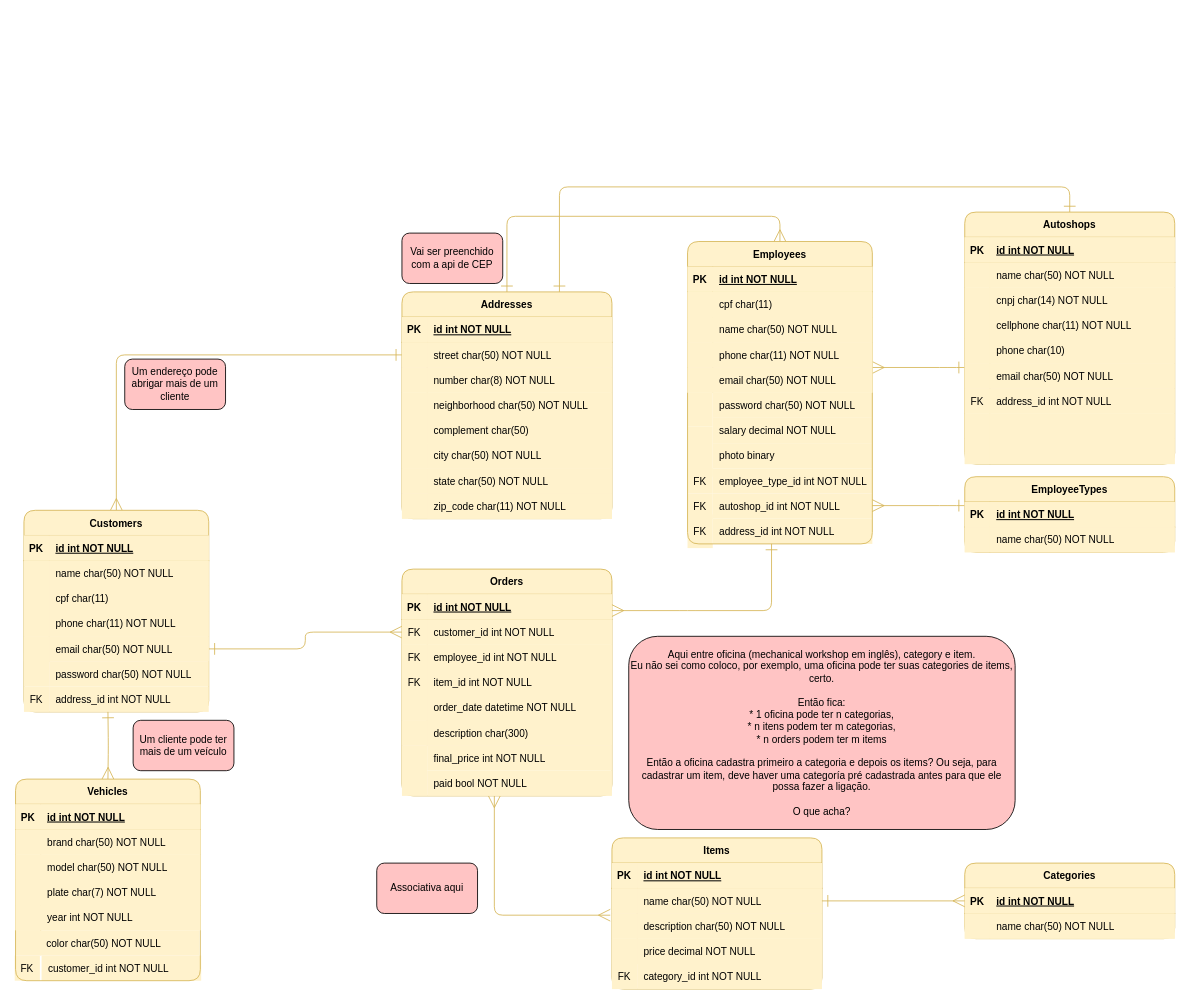
josemateuss/erm-api-mechanical keeps this draw.io diagram as erm.drawio. Above is the earlier version. Source tidied: cells renumbered, new cells numbered last; positions are measured from the earlier drawing's top-left corner, leaving out a move shared by most shapes. Both pictures are drawn from the tidied source at 84%, with x=0, y=0 at pixel (14, 186).
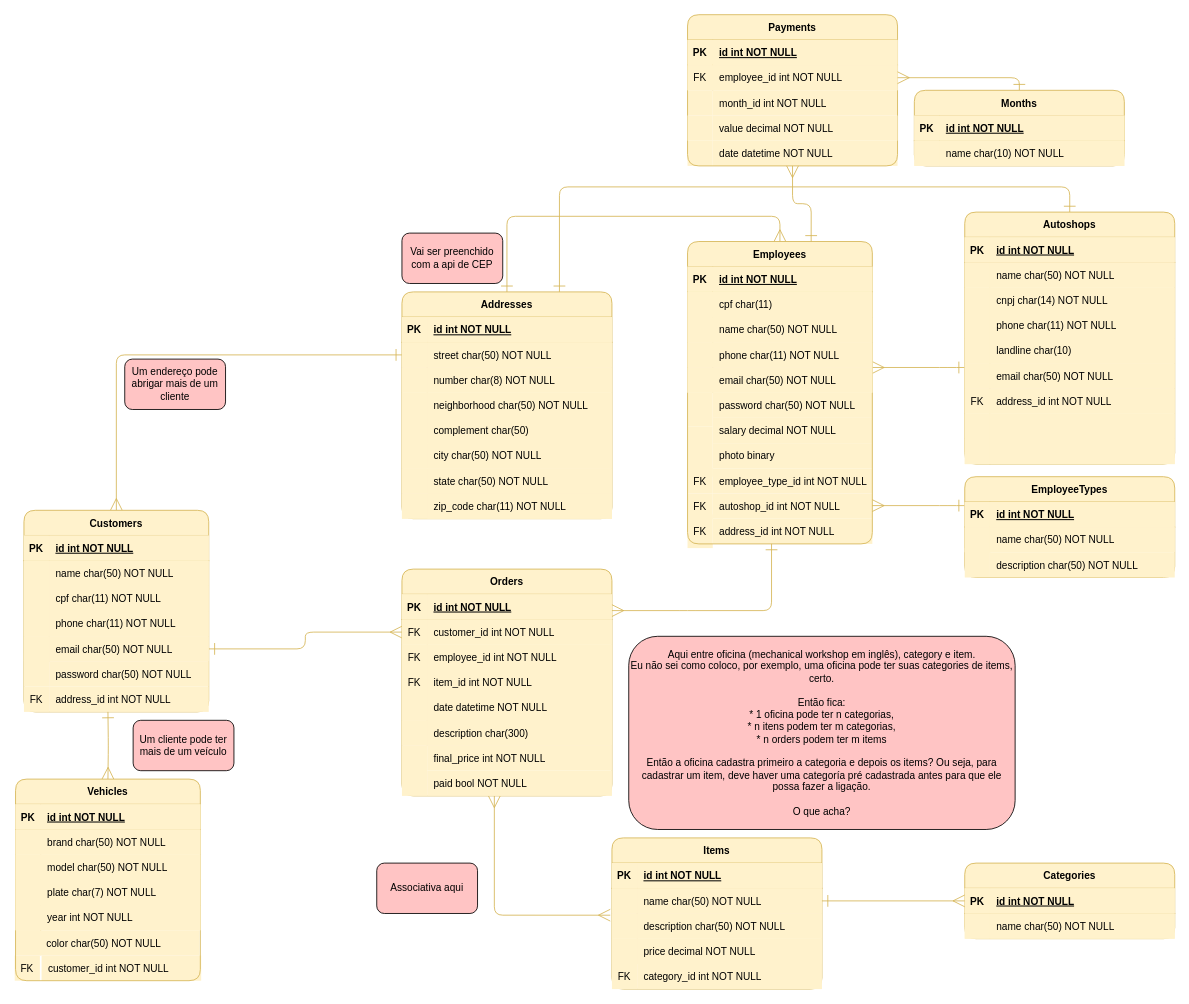
Above is the later version.

The change refers to these unchanged cells:
```xml
<mxCell id="13" style="shape=partialRectangle;fillColor=#fff2cc;top=0;left=0;right=0;bottom=0;labelBorderColor=none;rounded=1;strokeColor=#d6b656;" parent="6" vertex="1">
  <mxGeometry y="90" width="220" height="30" as="geometry" />
</mxCell>
<mxCell id="117" value="Employees" style="shape=table;startSize=30;childLayout=tableLayout;rowLines=0;fontStyle=1;align=center;labelBorderColor=none;rounded=1;fillColor=#fff2cc;strokeColor=#d6b656;" parent="1" vertex="1">
  <mxGeometry x="801" y="65" width="220" height="360" as="geometry" />
</mxCell>
<mxCell id="143" style="shape=partialRectangle;fillColor=#fff2cc;top=0;left=0;right=0;bottom=0;labelBorderColor=none;rounded=1;strokeColor=#d6b656;" parent="133" vertex="1">
  <mxGeometry y="120" width="250" height="30" as="geometry" />
</mxCell>
<mxCell id="146" style="shape=partialRectangle;fillColor=#fff2cc;top=0;left=0;right=0;bottom=0;labelBorderColor=none;rounded=1;strokeColor=#d6b656;" parent="133" vertex="1">
  <mxGeometry y="150" width="250" height="30" as="geometry" />
</mxCell>
```

Change to the diagram source:
```diff
@@
-    <mxCell id="15" value="cpf char(11)" style="shape=partialRectangle;overflow=hidden;fillColor=#fff2cc;top=0;left=0;bottom=0;right=0;align=left;spacingLeft=6;labelBorderColor=none;rounded=1;strokeColor=#d6b656;" parent="13" vertex="1">
+    <mxCell id="15" value="cpf char(11) NOT NULL" style="shape=partialRectangle;overflow=hidden;fillColor=#fff2cc;top=0;left=0;bottom=0;right=0;align=left;spacingLeft=6;labelBorderColor=none;rounded=1;strokeColor=#d6b656;" parent="13" vertex="1">
       <mxGeometry x="30" width="190" height="30" as="geometry" />
     </mxCell>
@@
-    <mxCell id="100" value="order_date datetime NOT NULL" style="shape=partialRectangle;overflow=hidden;fillColor=#fff2cc;top=0;left=0;bottom=0;right=0;align=left;spacingLeft=6;labelBorderColor=none;rounded=1;strokeColor=#d6b656;" parent="1" vertex="1">
+    <mxCell id="100" value="date datetime NOT NULL" style="shape=partialRectangle;overflow=hidden;fillColor=#fff2cc;top=0;left=0;bottom=0;right=0;align=left;spacingLeft=6;labelBorderColor=none;rounded=1;strokeColor=#d6b656;" parent="1" vertex="1">
       <mxGeometry x="491" y="605" width="220" height="30" as="geometry" />
     </mxCell>
@@
-    <mxCell id="145" value="cellphone char(11) NOT NULL" style="shape=partialRectangle;overflow=hidden;fillColor=#fff2cc;top=0;left=0;bottom=0;right=0;align=left;spacingLeft=6;labelBorderColor=none;rounded=1;strokeColor=#d6b656;" parent="143" vertex="1">
+    <mxCell id="145" value="phone char(11) NOT NULL" style="shape=partialRectangle;overflow=hidden;fillColor=#fff2cc;top=0;left=0;bottom=0;right=0;align=left;spacingLeft=6;labelBorderColor=none;rounded=1;strokeColor=#d6b656;" parent="143" vertex="1">
       <mxGeometry x="30" width="220" height="30" as="geometry" />
     </mxCell>
@@
-    <mxCell id="148" value="phone char(10)" style="shape=partialRectangle;overflow=hidden;fillColor=#fff2cc;top=0;left=0;bottom=0;right=0;align=left;spacingLeft=6;labelBorderColor=none;rounded=1;strokeColor=#d6b656;" parent="146" vertex="1">
+    <mxCell id="148" value="landline char(10)" style="shape=partialRectangle;overflow=hidden;fillColor=#fff2cc;top=0;left=0;bottom=0;right=0;align=left;spacingLeft=6;labelBorderColor=none;rounded=1;strokeColor=#d6b656;" parent="146" vertex="1">
       <mxGeometry x="30" width="220" height="30" as="geometry" />
     </mxCell>
@@
     <mxCell id="167" value="EmployeeTypes" style="shape=table;startSize=30;childLayout=tableLayout;rowLines=0;fontStyle=1;align=center;labelBorderColor=none;rounded=1;fillColor=#fff2cc;strokeColor=#d6b656;" parent="1" vertex="1">
-      <mxGeometry x="1131" y="345" width="250" height="90" as="geometry" />
+      <mxGeometry x="1131" y="345" width="250" height="120" as="geometry" />
     </mxCell>
@@
+    <mxCell id="191" value="description char(50) NOT NULL" style="shape=partialRectangle;overflow=hidden;fillColor=#fff2cc;top=0;left=0;bottom=0;right=0;align=left;spacingLeft=6;labelBorderColor=none;rounded=1;strokeColor=#d6b656;" parent="1" vertex="1">
+      <mxGeometry x="1161" y="435" width="220" height="30" as="geometry" />
+    </mxCell>
+    <mxCell id="192" style="shape=partialRectangle;overflow=hidden;fillColor=#fff2cc;top=0;left=0;bottom=0;right=0;labelBorderColor=none;rounded=1;strokeColor=#d6b656;" parent="1" vertex="1">
+      <mxGeometry x="1131" y="430" width="30" height="35" as="geometry" />
+    </mxCell>
+    <mxCell id="193" value="month_id int NOT NULL" style="shape=partialRectangle;overflow=hidden;fillColor=#fff2cc;top=0;left=0;bottom=0;right=0;align=left;spacingLeft=6;labelBorderColor=none;rounded=1;strokeColor=#d6b656;" parent="1" vertex="1">
+      <mxGeometry x="831" y="-115" width="220" height="30" as="geometry" />
+    </mxCell>
+    <mxCell id="194" value="date datetime NOT NULL" style="shape=partialRectangle;overflow=hidden;fillColor=#fff2cc;top=0;left=0;bottom=0;right=0;align=left;spacingLeft=6;labelBorderColor=none;rounded=1;strokeColor=#d6b656;" parent="1" vertex="1">
+      <mxGeometry x="831" y="-55" width="220" height="30" as="geometry" />
+    </mxCell>
+    <mxCell id="195" style="shape=partialRectangle;overflow=hidden;fillColor=#fff2cc;top=0;left=0;bottom=0;right=0;labelBorderColor=none;rounded=1;strokeColor=#d6b656;" parent="1" vertex="1">
+      <mxGeometry x="801" y="-115" width="30" height="30" as="geometry" />
+    </mxCell>
+    <mxCell id="196" style="shape=partialRectangle;overflow=hidden;fillColor=#fff2cc;top=0;left=0;bottom=0;right=0;labelBorderColor=none;rounded=1;strokeColor=#d6b656;" parent="1" vertex="1">
+      <mxGeometry x="801" y="-55" width="30" height="30" as="geometry" />
+    </mxCell>
+    <mxCell id="197" style="edgeStyle=orthogonalEdgeStyle;rounded=1;jettySize=auto;html=1;labelBorderColor=none;endArrow=ERmany;endFill=0;startArrow=ERone;startFill=0;strokeWidth=1;endSize=12;startSize=12;fillColor=#fff2cc;strokeColor=#d6b656;exitX=0.669;exitY=0;exitDx=0;exitDy=0;entryX=0.5;entryY=1;entryDx=0;entryDy=0;exitPerimeter=0;" parent="1" edge="1" source="117" target="198">
+      <mxGeometry relative="1" as="geometry" />
+    </mxCell>
+    <mxCell id="198" value="Payments" style="shape=table;startSize=30;childLayout=tableLayout;rowLines=0;fontStyle=1;align=center;labelBorderColor=none;rounded=1;fillColor=#fff2cc;strokeColor=#d6b656;" parent="1" vertex="1">
+      <mxGeometry x="801" y="-205" width="250" height="180" as="geometry" />
+    </mxCell>
+    <mxCell id="199" style="shape=partialRectangle;fillColor=#fff2cc;top=0;left=0;right=0;bottom=1;labelBorderColor=none;rounded=1;strokeColor=#d6b656;" parent="198" vertex="1">
+      <mxGeometry y="30" width="250" height="30" as="geometry" />
+    </mxCell>
+    <mxCell id="200" value="PK" style="shape=partialRectangle;overflow=hidden;fillColor=#fff2cc;top=0;left=0;bottom=0;right=0;fontStyle=1;labelBorderColor=none;rounded=1;strokeColor=#d6b656;" parent="199" vertex="1">
+      <mxGeometry width="30" height="30" as="geometry" />
+    </mxCell>
+    <mxCell id="201" value="id int NOT NULL " style="shape=partialRectangle;overflow=hidden;fillColor=#fff2cc;top=0;left=0;bottom=0;right=0;align=left;spacingLeft=6;fontStyle=5;labelBorderColor=none;rounded=1;strokeColor=#d6b656;" parent="199" vertex="1">
+      <mxGeometry x="30" width="220" height="30" as="geometry" />
+    </mxCell>
+    <mxCell id="202" style="shape=partialRectangle;fillColor=#fff2cc;points=[[0,0.5],[1,0.5]];portConstraint=eastwest;top=0;left=0;right=0;bottom=0;labelBorderColor=none;rounded=1;strokeColor=#d6b656;" parent="198" vertex="1">
+      <mxGeometry y="60" width="250" height="30" as="geometry" />
+    </mxCell>
+    <mxCell id="203" value="FK" style="shape=partialRectangle;overflow=hidden;fillColor=#fff2cc;top=0;left=0;bottom=0;right=0;labelBorderColor=none;rounded=1;strokeColor=#d6b656;" parent="202" vertex="1">
+      <mxGeometry width="30" height="30" as="geometry" />
+    </mxCell>
+    <mxCell id="204" value="employee_id int NOT NULL" style="shape=partialRectangle;overflow=hidden;fillColor=#fff2cc;top=0;left=0;bottom=0;right=0;align=left;spacingLeft=6;labelBorderColor=none;rounded=1;strokeColor=#d6b656;" parent="202" vertex="1">
+      <mxGeometry x="30" width="220" height="30" as="geometry" />
+    </mxCell>
+    <mxCell id="205" value="value decimal NOT NULL" style="shape=partialRectangle;overflow=hidden;fillColor=#fff2cc;top=0;left=0;bottom=0;right=0;align=left;spacingLeft=6;labelBorderColor=none;rounded=1;strokeColor=#d6b656;" parent="1" vertex="1">
+      <mxGeometry x="831" y="-85" width="220" height="30" as="geometry" />
+    </mxCell>
+    <mxCell id="206" style="shape=partialRectangle;overflow=hidden;fillColor=#fff2cc;top=0;left=0;bottom=0;right=0;labelBorderColor=none;rounded=1;strokeColor=#d6b656;" parent="1" vertex="1">
+      <mxGeometry x="801" y="-85" width="30" height="30" as="geometry" />
+    </mxCell>
+    <mxCell id="207" style="edgeStyle=orthogonalEdgeStyle;rounded=1;jettySize=auto;html=1;labelBorderColor=none;endArrow=ERmany;endFill=0;startArrow=ERone;startFill=0;strokeWidth=1;endSize=12;startSize=12;fillColor=#fff2cc;strokeColor=#d6b656;exitX=0.5;exitY=0;exitDx=0;exitDy=0;entryX=1;entryY=0.5;entryDx=0;entryDy=0;" parent="1" edge="1" source="208" target="202">
+      <mxGeometry relative="1" as="geometry">
+        <Array as="points">
+          <mxPoint x="1196" y="-130" />
+        </Array>
+      </mxGeometry>
+    </mxCell>
+    <mxCell id="208" value="Months" style="shape=table;startSize=30;childLayout=tableLayout;rowLines=0;fontStyle=1;align=center;labelBorderColor=none;rounded=1;fillColor=#fff2cc;strokeColor=#d6b656;" parent="1" vertex="1">
+      <mxGeometry x="1071" y="-115" width="250" height="90" as="geometry" />
+    </mxCell>
+    <mxCell id="209" style="shape=partialRectangle;fillColor=#fff2cc;top=0;left=0;right=0;bottom=1;labelBorderColor=none;rounded=1;strokeColor=#d6b656;" parent="208" vertex="1">
+      <mxGeometry y="30" width="250" height="30" as="geometry" />
+    </mxCell>
+    <mxCell id="210" value="PK" style="shape=partialRectangle;overflow=hidden;fillColor=#fff2cc;top=0;left=0;bottom=0;right=0;fontStyle=1;labelBorderColor=none;rounded=1;strokeColor=#d6b656;" parent="209" vertex="1">
+      <mxGeometry width="30" height="30" as="geometry" />
+    </mxCell>
+    <mxCell id="211" value="id int NOT NULL " style="shape=partialRectangle;overflow=hidden;fillColor=#fff2cc;top=0;left=0;bottom=0;right=0;align=left;spacingLeft=6;fontStyle=5;labelBorderColor=none;rounded=1;strokeColor=#d6b656;" parent="209" vertex="1">
+      <mxGeometry x="30" width="220" height="30" as="geometry" />
+    </mxCell>
+    <mxCell id="212" style="shape=partialRectangle;fillColor=#fff2cc;top=0;left=0;right=0;bottom=0;labelBorderColor=none;rounded=1;strokeColor=#d6b656;" parent="208" vertex="1">
+      <mxGeometry y="60" width="250" height="30" as="geometry" />
+    </mxCell>
+    <mxCell id="213" style="shape=partialRectangle;overflow=hidden;fillColor=#fff2cc;top=0;left=0;bottom=0;right=0;labelBorderColor=none;rounded=1;strokeColor=#d6b656;" parent="212" vertex="1">
+      <mxGeometry width="30" height="30" as="geometry" />
+    </mxCell>
+    <mxCell id="214" value="name char(10) NOT NULL" style="shape=partialRectangle;overflow=hidden;fillColor=#fff2cc;top=0;left=0;bottom=0;right=0;align=left;spacingLeft=6;labelBorderColor=none;rounded=1;strokeColor=#d6b656;" parent="212" vertex="1">
+      <mxGeometry x="30" width="220" height="30" as="geometry" />
+    </mxCell>
```
